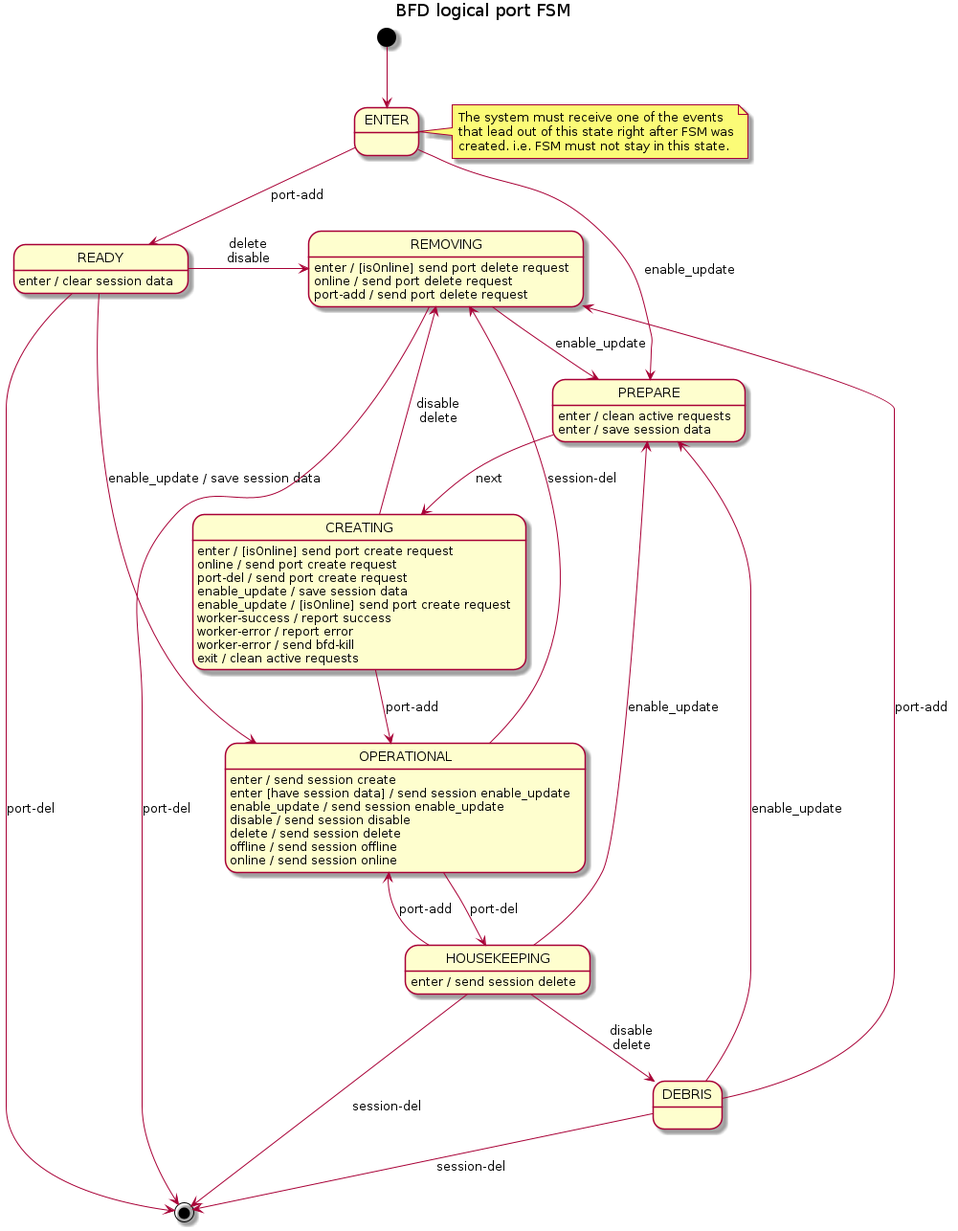
surabujin/open-kilda keeps this PlantUML diagram as docs/design/network-discovery/bfd-logical-port-FSM.png. Above is the earlier version.
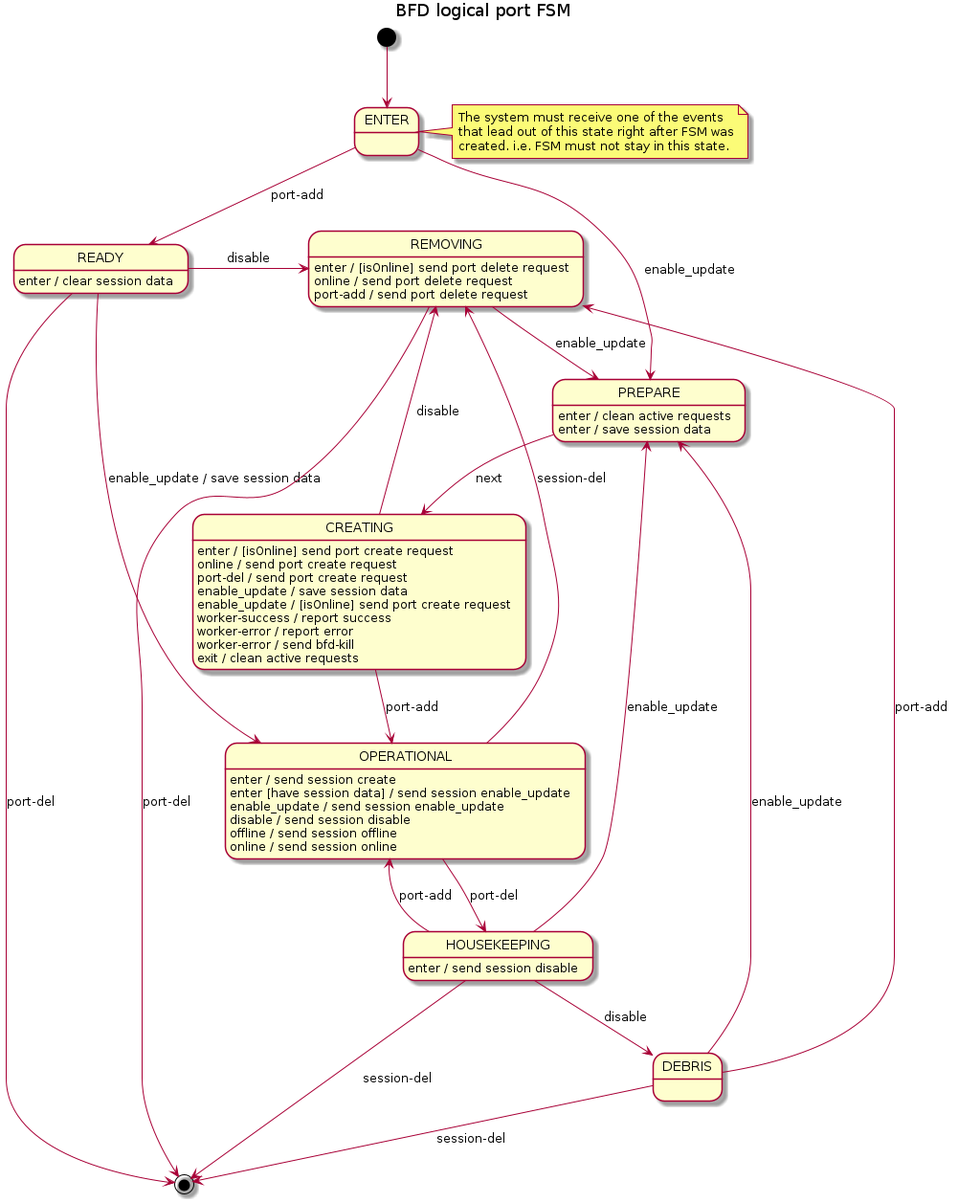
Later version of the same file.

The edit, as a diff of the source:
```diff
@@ -16,12 +16,12 @@
 PREPARE: enter / save session data
 
 READY --> OPERATIONAL : enable_update / save session data
-READY -> REMOVING : delete\ndisable
+READY -> REMOVING : disable
 READY --> [*] : port-del
 READY : enter / clear session data
 
 CREATING --> OPERATIONAL : port-add
-CREATING --> REMOVING : disable\ndelete
+CREATING --> REMOVING : disable
 CREATING: enter / [isOnline] send port create request
 CREATING: online / send port create request
 CREATING: port-del / send port create request
@@ -38,7 +38,6 @@
 OPERATIONAL: enter [have session data] / send session enable_update
 OPERATIONAL: enable_update / send session enable_update
 OPERATIONAL: disable / send session disable
-OPERATIONAL: delete / send session delete
 OPERATIONAL: offline / send session offline
 OPERATIONAL: online / send session online
 
@@ -51,8 +50,8 @@
 HOUSEKEEPING --> OPERATIONAL : port-add
 HOUSEKEEPING --> [*] : session-del
 HOUSEKEEPING --> PREPARE : enable_update
-HOUSEKEEPING --> DEBRIS : disable\ndelete
-HOUSEKEEPING : enter / send session delete
+HOUSEKEEPING --> DEBRIS : disable
+HOUSEKEEPING : enter / send session disable
 
 DEBRIS --> [*] : session-del
 DEBRIS --> REMOVING : port-add
```
